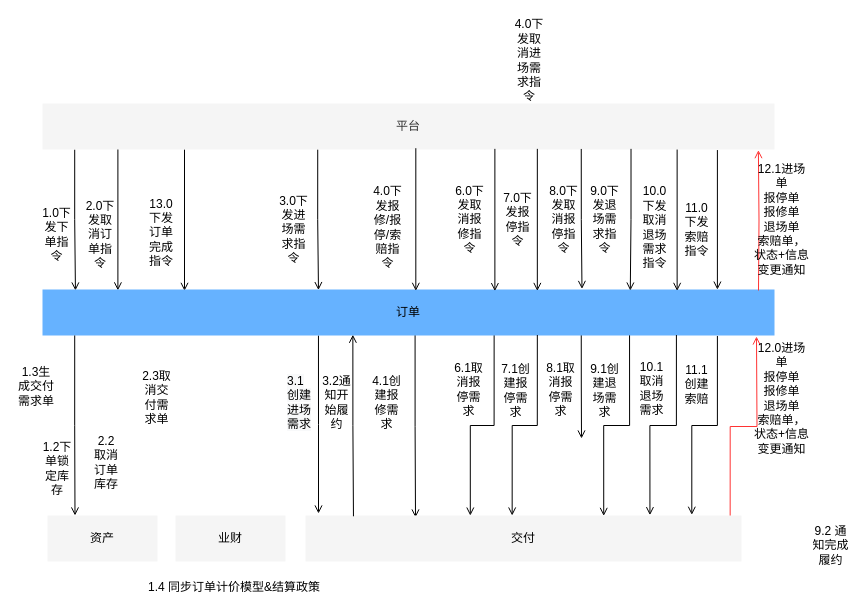
lokiworks/codebase keeps this draw.io diagram as page "Copy of Page-29" (33 of 36) of docs/自营重构.drawio. Above is the earlier version. Source tidied: cells renumbered, new cells numbered last; positions are measured from the earlier drawing's top-left corner, leaving out a move shared by most shapes. Both pictures are drawn from the tidied source at 100%, with x=0, y=0 at pixel (17, 32).
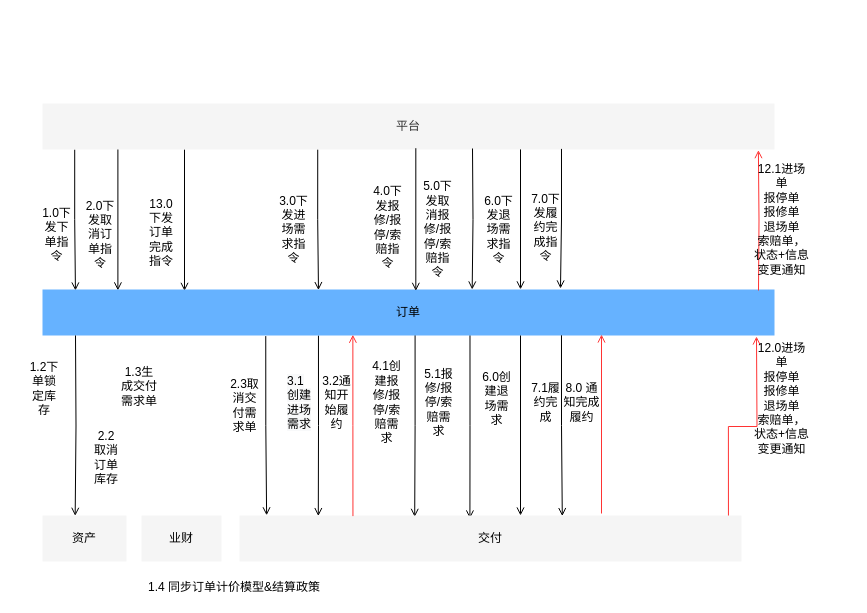
Above is the later version.

The change refers to these unchanged cells:
```xml
<mxCell id="6" value="平台" style="rounded=0;whiteSpace=wrap;html=1;strokeColor=none;fillColor=#f5f5f5;fontColor=#333333;" parent="1" vertex="1">
  <mxGeometry x="25" y="71" width="732" height="46" as="geometry" />
</mxCell>
<mxCell id="11" value="&lt;font color=&quot;#000000&quot;&gt;订单&lt;/font&gt;" style="rounded=0;whiteSpace=wrap;html=1;strokeColor=none;fillColor=#66B2FF;fontColor=#ffffff;" parent="1" vertex="1">
  <mxGeometry x="25" y="257" width="732" height="46" as="geometry" />
</mxCell>
```

Diff of the diagram source:
```diff
@@
-    <mxCell id="7" style="edgeStyle=orthogonalEdgeStyle;rounded=0;jettySize=auto;html=1;fontColor=#000000;endArrow=open;endFill=0;exitX=0.377;exitY=1;exitDx=0;exitDy=0;exitPerimeter=0;" parent="1" edge="1" source="11">
-      <mxGeometry relative="1" as="geometry">
-        <mxPoint x="301" y="481" as="targetPoint" />
-      </mxGeometry>
+    <mxCell id="7" style="edgeStyle=orthogonalEdgeStyle;rounded=0;jettySize=auto;html=1;fontColor=#000000;endArrow=open;endFill=0;exitX=0.377;exitY=1;exitDx=0;exitDy=0;exitPerimeter=0;entryX=0.157;entryY=0.013;entryDx=0;entryDy=0;entryPerimeter=0;" parent="1" edge="1" source="11" target="14">
+      <mxGeometry relative="1" as="geometry" />
     </mxCell>
-    <mxCell id="8" style="edgeStyle=orthogonalEdgeStyle;rounded=0;jettySize=auto;html=1;exitX=0.509;exitY=0.99;exitDx=0;exitDy=0;fontColor=#000000;endArrow=open;endFill=0;exitPerimeter=0;" parent="1" edge="1" source="11">
-      <mxGeometry relative="1" as="geometry">
-        <mxPoint x="398" y="485" as="targetPoint" />
-      </mxGeometry>
+    <mxCell id="8" style="edgeStyle=orthogonalEdgeStyle;rounded=0;jettySize=auto;html=1;exitX=0.509;exitY=0.99;exitDx=0;exitDy=0;fontColor=#000000;endArrow=open;endFill=0;exitPerimeter=0;entryX=0.349;entryY=0.03;entryDx=0;entryDy=0;entryPerimeter=0;" parent="1" edge="1" source="11" target="14">
+      <mxGeometry relative="1" as="geometry" />
     </mxCell>
-    <mxCell id="9" style="edgeStyle=orthogonalEdgeStyle;rounded=0;jettySize=auto;html=1;fontColor=#000000;endArrow=open;endFill=0;exitX=0.617;exitY=0.989;exitDx=0;exitDy=0;exitPerimeter=0;entryX=0.378;entryY=0.002;entryDx=0;entryDy=0;entryPerimeter=0;" parent="1" edge="1" source="11" target="14">
+    <mxCell id="9" style="edgeStyle=orthogonalEdgeStyle;rounded=0;jettySize=auto;html=1;fontColor=#000000;endArrow=open;endFill=0;exitX=0.584;exitY=0.992;exitDx=0;exitDy=0;exitPerimeter=0;entryX=0.459;entryY=0.065;entryDx=0;entryDy=0;entryPerimeter=0;" parent="1" edge="1" source="11" target="14">
       <mxGeometry relative="1" as="geometry" />
     </mxCell>
-    <mxCell id="10" style="edgeStyle=orthogonalEdgeStyle;rounded=0;jettySize=auto;html=1;exitX=0.736;exitY=0.983;exitDx=0;exitDy=0;fontColor=#000000;endArrow=open;endFill=0;exitPerimeter=0;" parent="1" edge="1" source="11">
-      <mxGeometry relative="1" as="geometry">
-        <mxPoint x="564" y="406" as="targetPoint" />
-      </mxGeometry>
-    </mxCell>
@@
-    <mxCell id="12" style="edgeStyle=orthogonalEdgeStyle;rounded=0;jettySize=auto;html=1;exitX=0.044;exitY=1;exitDx=0;exitDy=0;fontColor=#000000;endArrow=open;endFill=0;exitPerimeter=0;entryX=0.25;entryY=0;entryDx=0;entryDy=0;" parent="1" edge="1" source="11" target="16">
-      <mxGeometry relative="1" as="geometry" />
+    <mxCell id="12" style="edgeStyle=orthogonalEdgeStyle;rounded=0;jettySize=auto;html=1;fontColor=#000000;endArrow=open;endFill=0;entryX=0.389;entryY=0.007;entryDx=0;entryDy=0;entryPerimeter=0;" parent="1" edge="1" target="16">
+      <mxGeometry relative="1" as="geometry">
+        <mxPoint x="58" y="303" as="sourcePoint" />
+      </mxGeometry>
     </mxCell>
@@
     <mxCell id="14" value="&lt;font color=&quot;#000000&quot;&gt;交付&lt;/font&gt;" style="rounded=0;whiteSpace=wrap;html=1;strokeColor=none;fillColor=#f5f5f5;fontColor=#333333;" parent="1" vertex="1">
-      <mxGeometry x="288" y="483" width="436" height="46" as="geometry" />
+      <mxGeometry x="222" y="483" width="502" height="46" as="geometry" />
     </mxCell>
@@
     <mxCell id="16" value="&lt;font color=&quot;#000000&quot;&gt;资产&lt;/font&gt;" style="rounded=0;whiteSpace=wrap;html=1;strokeColor=none;fillColor=#f5f5f5;fontColor=#333333;" parent="1" vertex="1">
-      <mxGeometry x="30" y="483" width="110" height="46" as="geometry" />
+      <mxGeometry x="25" y="483" width="84" height="46" as="geometry" />
     </mxCell>
     <mxCell id="17" value="1.2下单锁定库存" style="text;html=1;strokeColor=none;fillColor=none;align=center;verticalAlign=middle;whiteSpace=wrap;rounded=0;fontColor=#000000;" parent="1" vertex="1">
-      <mxGeometry x="22.5" y="401" width="34" height="69" as="geometry" />
+      <mxGeometry x="10" y="321.2" width="34" height="69" as="geometry" />
     </mxCell>
     <mxCell id="18" value="2.2取消订单库存" style="text;html=1;strokeColor=none;fillColor=none;align=center;verticalAlign=middle;whiteSpace=wrap;rounded=0;fontColor=#000000;" parent="1" vertex="1">
-      <mxGeometry x="75" y="411" width="28" height="38" as="geometry" />
+      <mxGeometry x="75" y="405.5" width="28" height="38" as="geometry" />
     </mxCell>
@@
     <mxCell id="21" value="1.3生成交付需求单" style="text;html=1;strokeColor=none;fillColor=none;align=center;verticalAlign=middle;whiteSpace=wrap;rounded=0;fontColor=#000000;" parent="1" vertex="1">
-      <mxGeometry y="316.8" width="38" height="73.5" as="geometry" />
+      <mxGeometry x="103" y="316.8" width="38" height="73.5" as="geometry" />
     </mxCell>
@@
     <mxCell id="23" value="2.3取消交付需求单" style="text;html=1;strokeColor=none;fillColor=none;align=center;verticalAlign=middle;whiteSpace=wrap;rounded=0;fontColor=#000000;" parent="1" vertex="1">
-      <mxGeometry x="124" y="336.5" width="30.5" height="56.5" as="geometry" />
+      <mxGeometry x="212" y="344.5" width="30.5" height="56.5" as="geometry" />
     </mxCell>
-    <mxCell id="24" value="4.0下发取消进场需求指令" style="text;html=1;strokeColor=none;fillColor=none;align=center;verticalAlign=middle;whiteSpace=wrap;rounded=0;fontColor=#000000;" parent="1" vertex="1">
-      <mxGeometry x="494" width="36" height="55" as="geometry" />
-    </mxCell>
@@
-    <mxCell id="28" value="9.2 通知完成履约" style="text;html=1;strokeColor=none;fillColor=none;align=center;verticalAlign=middle;whiteSpace=wrap;rounded=0;fontColor=#000000;" parent="1" vertex="1">
-      <mxGeometry x="794" y="483" width="39" height="59" as="geometry" />
+    <mxCell id="28" value="8.0 通知完成履约" style="text;html=1;strokeColor=none;fillColor=none;align=center;verticalAlign=middle;whiteSpace=wrap;rounded=0;fontColor=#000000;" parent="1" vertex="1">
+      <mxGeometry x="545" y="340" width="39" height="59" as="geometry" />
     </mxCell>
-    <mxCell id="29" value="4.1创建报修需求" style="text;html=1;strokeColor=none;fillColor=none;align=center;verticalAlign=middle;whiteSpace=wrap;rounded=0;fontColor=#000000;" parent="1" vertex="1">
+    <mxCell id="29" value="4.1创建报修/报停/索赔需求" style="text;html=1;strokeColor=none;fillColor=none;align=center;verticalAlign=middle;whiteSpace=wrap;rounded=0;fontColor=#000000;" parent="1" vertex="1">
       <mxGeometry x="352" y="333.5" width="35" height="72" as="geometry" />
     </mxCell>
-    <mxCell id="30" value="7.0下发报停指令" style="text;html=1;strokeColor=none;fillColor=none;align=center;verticalAlign=middle;whiteSpace=wrap;rounded=0;fontColor=#000000;" parent="1" vertex="1">
-      <mxGeometry x="484" y="159" width="33" height="55" as="geometry" />
-    </mxCell>
-    <mxCell id="31" style="edgeStyle=orthogonalEdgeStyle;rounded=0;jettySize=auto;html=1;fontColor=#000000;endArrow=open;endFill=0;entryX=0.618;entryY=0.036;entryDx=0;entryDy=0;entryPerimeter=0;exitX=0.618;exitY=0.986;exitDx=0;exitDy=0;exitPerimeter=0;" parent="1" edge="1" source="6" target="11">
-      <mxGeometry relative="1" as="geometry" />
+    <mxCell id="31" style="edgeStyle=orthogonalEdgeStyle;rounded=0;jettySize=auto;html=1;fontColor=#000000;endArrow=open;endFill=0;entryX=0.587;entryY=0;entryDx=0;entryDy=0;entryPerimeter=0;" parent="1" edge="1" target="11">
+      <mxGeometry relative="1" as="geometry">
+        <mxPoint x="455" y="116" as="sourcePoint" />
+      </mxGeometry>
     </mxCell>
-    <mxCell id="32" value="6.1取消报停需求" style="text;html=1;strokeColor=none;fillColor=none;align=center;verticalAlign=middle;whiteSpace=wrap;rounded=0;fontColor=#000000;" parent="1" vertex="1">
-      <mxGeometry x="434" y="321" width="35" height="72" as="geometry" />
+    <mxCell id="32" value="5.1报修/报停/索赔需求" style="text;html=1;strokeColor=none;fillColor=none;align=center;verticalAlign=middle;whiteSpace=wrap;rounded=0;fontColor=#000000;" parent="1" vertex="1">
+      <mxGeometry x="404" y="333.5" width="35" height="72" as="geometry" />
     </mxCell>
-    <mxCell id="33" style="edgeStyle=orthogonalEdgeStyle;rounded=0;jettySize=auto;html=1;fontColor=#000000;endArrow=open;endFill=0;entryX=0.676;entryY=0.032;entryDx=0;entryDy=0;entryPerimeter=0;exitX=0.676;exitY=0.986;exitDx=0;exitDy=0;exitPerimeter=0;" parent="1" edge="1" source="6" target="11">
-      <mxGeometry relative="1" as="geometry" />
-    </mxCell>
-    <mxCell id="34" style="edgeStyle=orthogonalEdgeStyle;rounded=0;jettySize=auto;html=1;fontColor=#000000;endArrow=open;endFill=0;exitX=0.676;exitY=0.989;exitDx=0;exitDy=0;exitPerimeter=0;entryX=0.474;entryY=0.001;entryDx=0;entryDy=0;entryPerimeter=0;" parent="1" edge="1" source="11" target="14">
-      <mxGeometry relative="1" as="geometry" />
-    </mxCell>
-    <mxCell id="35" value="6.0下发取消报修指令" style="text;html=1;strokeColor=none;fillColor=none;align=center;verticalAlign=middle;whiteSpace=wrap;rounded=0;fontColor=#000000;" parent="1" vertex="1">
-      <mxGeometry x="436" y="159" width="33" height="55" as="geometry" />
+    <mxCell id="35" value="5.0下发取消报修/报停/索赔指令" style="text;html=1;strokeColor=none;fillColor=none;align=center;verticalAlign=middle;whiteSpace=wrap;rounded=0;fontColor=#000000;" parent="1" vertex="1">
+      <mxGeometry x="404" y="169" width="33" height="55" as="geometry" />
     </mxCell>
-    <mxCell id="36" value="7.1创建报停需求" style="text;html=1;strokeColor=none;fillColor=none;align=center;verticalAlign=middle;whiteSpace=wrap;rounded=0;fontColor=#000000;" parent="1" vertex="1">
-      <mxGeometry x="482" y="330" width="33" height="55" as="geometry" />
-    </mxCell>
-    <mxCell id="37" style="edgeStyle=orthogonalEdgeStyle;rounded=0;jettySize=auto;html=1;fontColor=#000000;endArrow=open;endFill=0;entryX=0.737;entryY=-0.012;entryDx=0;entryDy=0;entryPerimeter=0;exitX=0.736;exitY=0.988;exitDx=0;exitDy=0;exitPerimeter=0;" parent="1" edge="1" source="6" target="11">
-      <mxGeometry relative="1" as="geometry" />
-    </mxCell>
-    <mxCell id="38" value="8.0下发取消报停指令" style="text;html=1;strokeColor=none;fillColor=none;align=center;verticalAlign=middle;whiteSpace=wrap;rounded=0;fontColor=#000000;" parent="1" vertex="1">
-      <mxGeometry x="530" y="159" width="33" height="55" as="geometry" />
-    </mxCell>
-    <mxCell id="39" value="8.1取消报停需求" style="text;html=1;strokeColor=none;fillColor=none;align=center;verticalAlign=middle;whiteSpace=wrap;rounded=0;fontColor=#000000;" parent="1" vertex="1">
-      <mxGeometry x="527" y="329.5" width="33" height="55" as="geometry" />
-    </mxCell>
-    <mxCell id="40" style="edgeStyle=orthogonalEdgeStyle;rounded=0;jettySize=auto;html=1;fontColor=#000000;endArrow=open;endFill=0;entryX=0.803;entryY=0.023;entryDx=0;entryDy=0;entryPerimeter=0;exitX=0.804;exitY=0.986;exitDx=0;exitDy=0;exitPerimeter=0;" parent="1" edge="1" source="6" target="11">
-      <mxGeometry relative="1" as="geometry" />
-    </mxCell>
-    <mxCell id="41" value="9.0下发退场需求指令" style="text;html=1;strokeColor=none;fillColor=none;align=center;verticalAlign=middle;whiteSpace=wrap;rounded=0;fontColor=#000000;" parent="1" vertex="1">
-      <mxGeometry x="571" y="159" width="33" height="55" as="geometry" />
-    </mxCell>
-    <mxCell id="42" style="edgeStyle=orthogonalEdgeStyle;rounded=0;jettySize=auto;html=1;exitX=0.802;exitY=0.997;exitDx=0;exitDy=0;fontColor=#000000;endArrow=open;endFill=0;exitPerimeter=0;entryX=0.684;entryY=0.009;entryDx=0;entryDy=0;entryPerimeter=0;" parent="1" edge="1" source="11" target="14">
-      <mxGeometry relative="1" as="geometry" />
-    </mxCell>
-    <mxCell id="43" value="9.1创建退场需求" style="text;html=1;strokeColor=none;fillColor=none;align=center;verticalAlign=middle;whiteSpace=wrap;rounded=0;fontColor=#000000;" parent="1" vertex="1">
-      <mxGeometry x="571" y="330" width="33" height="55" as="geometry" />
-    </mxCell>
-    <mxCell id="44" style="edgeStyle=orthogonalEdgeStyle;rounded=0;jettySize=auto;html=1;fontColor=#000000;endArrow=open;endFill=0;entryX=0.867;entryY=0.031;entryDx=0;entryDy=0;entryPerimeter=0;exitX=0.867;exitY=1.001;exitDx=0;exitDy=0;exitPerimeter=0;" parent="1" edge="1" source="6" target="11">
-      <mxGeometry relative="1" as="geometry" />
-    </mxCell>
-    <mxCell id="45" value="10.0下发取消退场需求指令" style="text;html=1;strokeColor=none;fillColor=none;align=center;verticalAlign=middle;whiteSpace=wrap;rounded=0;fontColor=#000000;" parent="1" vertex="1">
-      <mxGeometry x="621" y="167" width="33" height="55" as="geometry" />
-    </mxCell>
-    <mxCell id="46" style="edgeStyle=orthogonalEdgeStyle;rounded=0;jettySize=auto;html=1;fontColor=#000000;endArrow=open;endFill=0;entryX=0.79;entryY=-0.007;entryDx=0;entryDy=0;entryPerimeter=0;exitX=0.866;exitY=0.99;exitDx=0;exitDy=0;exitPerimeter=0;" parent="1" edge="1" source="11" target="14">
-      <mxGeometry relative="1" as="geometry" />
-    </mxCell>
-    <mxCell id="47" value="10.1取消退场需求" style="text;html=1;strokeColor=none;fillColor=none;align=center;verticalAlign=middle;whiteSpace=wrap;rounded=0;fontColor=#000000;" parent="1" vertex="1">
-      <mxGeometry x="618" y="328" width="33" height="55" as="geometry" />
-    </mxCell>
-    <mxCell id="48" style="edgeStyle=orthogonalEdgeStyle;rounded=0;jettySize=auto;html=1;fontColor=#000000;endArrow=open;endFill=0;exitX=0.922;exitY=1.012;exitDx=0;exitDy=0;exitPerimeter=0;entryX=0.922;entryY=0.003;entryDx=0;entryDy=0;entryPerimeter=0;" parent="1" edge="1" source="6" target="11">
-      <mxGeometry relative="1" as="geometry" />
-    </mxCell>
-    <mxCell id="49" value="11.0下发索赔指令" style="text;html=1;strokeColor=none;fillColor=none;align=center;verticalAlign=middle;whiteSpace=wrap;rounded=0;fontColor=#000000;" parent="1" vertex="1">
-      <mxGeometry x="663" y="169" width="33" height="55" as="geometry" />
-    </mxCell>
-    <mxCell id="50" style="edgeStyle=orthogonalEdgeStyle;rounded=0;jettySize=auto;html=1;fontColor=#000000;endArrow=open;endFill=0;exitX=0.922;exitY=1.01;exitDx=0;exitDy=0;exitPerimeter=0;entryX=0.886;entryY=-0.015;entryDx=0;entryDy=0;entryPerimeter=0;" parent="1" edge="1" source="11" target="14">
-      <mxGeometry relative="1" as="geometry" />
-    </mxCell>
-    <mxCell id="51" value="11.1创建索赔" style="text;html=1;strokeColor=none;fillColor=none;align=center;verticalAlign=middle;whiteSpace=wrap;rounded=0;fontColor=#000000;" parent="1" vertex="1">
-      <mxGeometry x="663" y="324.5" width="33" height="55" as="geometry" />
-    </mxCell>
@@
     <mxCell id="56" value="&lt;font color=&quot;#000000&quot;&gt;业财&lt;/font&gt;" style="rounded=0;whiteSpace=wrap;html=1;strokeColor=none;fillColor=#f5f5f5;fontColor=#333333;" parent="1" vertex="1">
-      <mxGeometry x="158" y="483" width="110" height="46" as="geometry" />
+      <mxGeometry x="124" y="483" width="80" height="46" as="geometry" />
     </mxCell>
@@
-    <mxCell id="58" style="edgeStyle=orthogonalEdgeStyle;rounded=0;jettySize=auto;html=1;fontColor=#000000;endArrow=none;endFill=0;exitX=0.424;exitY=0.983;exitDx=0;exitDy=0;exitPerimeter=0;entryX=0.11;entryY=0.017;entryDx=0;entryDy=0;entryPerimeter=0;startArrow=open;startFill=0;" parent="1" edge="1" source="11" target="14">
+    <mxCell id="58" style="edgeStyle=orthogonalEdgeStyle;rounded=0;jettySize=auto;html=1;fontColor=#000000;endArrow=none;endFill=0;exitX=0.424;exitY=0.983;exitDx=0;exitDy=0;exitPerimeter=0;entryX=0.226;entryY=0.013;entryDx=0;entryDy=0;entryPerimeter=0;startArrow=open;startFill=0;strokeColor=#FF3333;" parent="1" edge="1" source="11" target="14">
       <mxGeometry relative="1" as="geometry" />
     </mxCell>
+    <mxCell id="59" value="6.0下发退场需求指令" style="text;html=1;strokeColor=none;fillColor=none;align=center;verticalAlign=middle;whiteSpace=wrap;rounded=0;fontColor=#000000;" parent="1" vertex="1">
+      <mxGeometry x="465" y="169" width="33" height="55" as="geometry" />
+    </mxCell>
+    <mxCell id="60" style="edgeStyle=orthogonalEdgeStyle;rounded=0;jettySize=auto;html=1;fontColor=#000000;endArrow=open;endFill=0;entryX=0.653;entryY=-0.002;entryDx=0;entryDy=0;entryPerimeter=0;exitX=0.653;exitY=0.998;exitDx=0;exitDy=0;exitPerimeter=0;" parent="1" edge="1" source="6" target="11">
+      <mxGeometry relative="1" as="geometry" />
+    </mxCell>
+    <mxCell id="61" style="edgeStyle=orthogonalEdgeStyle;rounded=0;orthogonalLoop=1;jettySize=auto;html=1;fontColor=#000000;endArrow=open;endFill=0;exitX=0.653;exitY=0.998;exitDx=0;exitDy=0;exitPerimeter=0;" parent="1" edge="1">
+      <mxGeometry relative="1" as="geometry">
+        <mxPoint x="503" y="303" as="sourcePoint" />
+        <mxPoint x="503" y="483" as="targetPoint" />
+      </mxGeometry>
+    </mxCell>
+    <mxCell id="62" value="6.0创建退场需求" style="text;html=1;strokeColor=none;fillColor=none;align=center;verticalAlign=middle;whiteSpace=wrap;rounded=0;fontColor=#000000;" parent="1" vertex="1">
+      <mxGeometry x="463" y="338.5" width="33" height="55" as="geometry" />
+    </mxCell>
+    <mxCell id="63" style="edgeStyle=orthogonalEdgeStyle;rounded=0;orthogonalLoop=1;jettySize=auto;html=1;fontColor=#000000;startArrow=none;startFill=0;endArrow=open;endFill=0;strokeColor=#FF3333;" parent="1" edge="1">
+      <mxGeometry relative="1" as="geometry">
+        <mxPoint x="584" y="481" as="sourcePoint" />
+        <mxPoint x="584" y="302" as="targetPoint" />
+      </mxGeometry>
+    </mxCell>
+    <mxCell id="64" style="edgeStyle=orthogonalEdgeStyle;rounded=0;jettySize=auto;html=1;fontColor=#000000;endArrow=open;endFill=0;exitX=0.709;exitY=0.987;exitDx=0;exitDy=0;exitPerimeter=0;" parent="1" edge="1" source="6">
+      <mxGeometry relative="1" as="geometry">
+        <mxPoint x="543" y="256" as="targetPoint" />
+      </mxGeometry>
+    </mxCell>
+    <mxCell id="65" value="7.0下发履约完成指令" style="text;html=1;strokeColor=none;fillColor=none;align=center;verticalAlign=middle;whiteSpace=wrap;rounded=0;fontColor=#000000;" parent="1" vertex="1">
+      <mxGeometry x="512" y="167" width="33" height="55" as="geometry" />
+    </mxCell>
+    <mxCell id="66" style="edgeStyle=orthogonalEdgeStyle;rounded=0;jettySize=auto;html=1;fontColor=#000000;endArrow=open;endFill=0;entryX=0.643;entryY=0.013;entryDx=0;entryDy=0;exitX=0.709;exitY=0.996;exitDx=0;exitDy=0;exitPerimeter=0;entryPerimeter=0;" parent="1" edge="1" source="11" target="14">
+      <mxGeometry relative="1" as="geometry" />
+    </mxCell>
+    <mxCell id="67" value="7.1履约完成" style="text;html=1;strokeColor=none;fillColor=none;align=center;verticalAlign=middle;whiteSpace=wrap;rounded=0;fontColor=#000000;" parent="1" vertex="1">
+      <mxGeometry x="512" y="342" width="33" height="55" as="geometry" />
+    </mxCell>
+    <mxCell id="68" style="edgeStyle=orthogonalEdgeStyle;rounded=0;jettySize=auto;html=1;fontColor=#000000;endArrow=open;endFill=0;exitX=0.305;exitY=1.013;exitDx=0;exitDy=0;exitPerimeter=0;entryX=0.054;entryY=-0.004;entryDx=0;entryDy=0;entryPerimeter=0;" parent="1" edge="1" source="11" target="14">
+      <mxGeometry relative="1" as="geometry" />
+    </mxCell>
```
